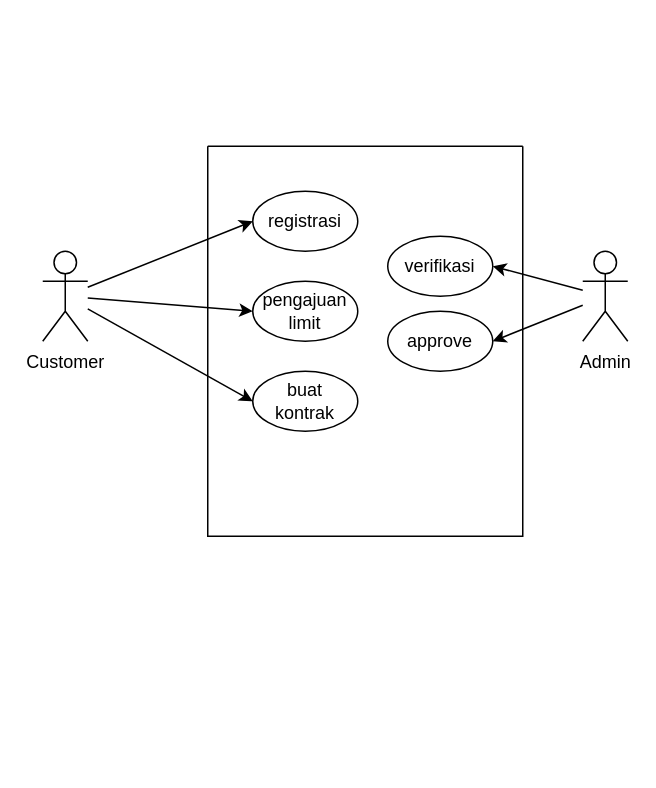
Above: page "use case" (1 of 5) of docs/docs.drawio in skyespirates/sikmatek (draw.io), before the change. Source tidied: cells renumbered, new cells numbered last; positions are measured from the earlier drawing's top-left corner, leaving out a move shared by most shapes. Both pictures are drawn from the tidied source at 150%, with x=0, y=0 at pixel (42, 146).
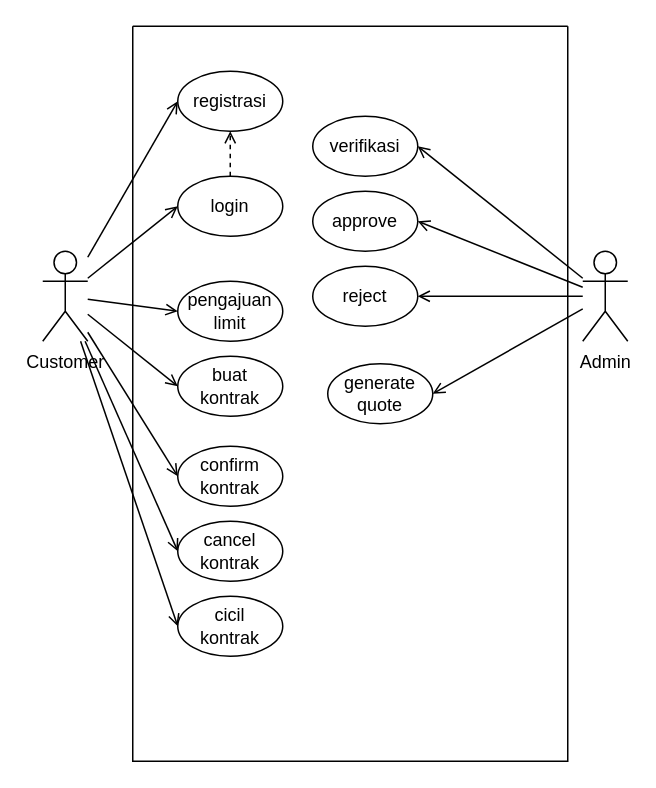
The same page after the edit.

The change refers to these unchanged cells:
```xml
<mxCell id="5" value="Customer" style="shape=umlActor;verticalLabelPosition=bottom;verticalAlign=top;html=1;" parent="1" vertex="1">
  <mxGeometry y="70" width="30" height="60" as="geometry" />
</mxCell>
<mxCell id="7" value="registrasi" style="ellipse;whiteSpace=wrap;html=1;" parent="6" vertex="1">
  <mxGeometry x="30" y="30" width="70" height="40" as="geometry" />
</mxCell>
<mxCell id="10" value="verifikasi" style="ellipse;whiteSpace=wrap;html=1;" parent="6" vertex="1">
  <mxGeometry x="120" y="60" width="70" height="40" as="geometry" />
</mxCell>
<mxCell id="11" value="approve" style="ellipse;whiteSpace=wrap;html=1;" parent="6" vertex="1">
  <mxGeometry x="120" y="110" width="70" height="40" as="geometry" />
</mxCell>
<mxCell id="14" value="Admin" style="shape=umlActor;verticalLabelPosition=bottom;verticalAlign=top;html=1;" parent="1" vertex="1">
  <mxGeometry x="360" y="70" width="30" height="60" as="geometry" />
</mxCell>
```

Diff of the diagram source:
```diff
@@
-    <mxCell id="2" style="rounded=0;jettySize=auto;html=1;entryX=0;entryY=0.5;entryDx=0;entryDy=0;" parent="1" edge="1" source="5" target="7">
+    <mxCell id="2" style="rounded=0;jettySize=auto;html=1;entryX=0;entryY=0.5;entryDx=0;entryDy=0;endArrow=open;endFill=0;" parent="1" edge="1" source="5" target="7">
       <mxGeometry relative="1" as="geometry" />
     </mxCell>
-    <mxCell id="3" style="edgeStyle=none;rounded=0;jettySize=auto;html=1;entryX=0;entryY=0.5;entryDx=0;entryDy=0;" parent="1" edge="1" source="5" target="8">
+    <mxCell id="3" style="edgeStyle=none;rounded=0;jettySize=auto;html=1;entryX=0;entryY=0.5;entryDx=0;entryDy=0;endArrow=open;endFill=0;" parent="1" edge="1" source="5" target="8">
       <mxGeometry relative="1" as="geometry" />
     </mxCell>
-    <mxCell id="4" style="edgeStyle=none;rounded=0;jettySize=auto;html=1;entryX=0;entryY=0.5;entryDx=0;entryDy=0;" parent="1" edge="1" source="5" target="9">
+    <mxCell id="4" style="edgeStyle=none;rounded=0;jettySize=auto;html=1;entryX=0;entryY=0.5;entryDx=0;entryDy=0;endArrow=open;endFill=0;" parent="1" edge="1" source="5" target="9">
       <mxGeometry relative="1" as="geometry" />
     </mxCell>
+    <mxCell id="15" style="rounded=0;jettySize=auto;html=1;entryX=0;entryY=0.5;entryDx=0;entryDy=0;endArrow=open;endFill=0;" parent="1" edge="1" source="5" target="20">
+      <mxGeometry relative="1" as="geometry" />
+    </mxCell>
+    <mxCell id="16" style="edgeStyle=none;rounded=0;jettySize=auto;html=1;entryX=0;entryY=0.5;entryDx=0;entryDy=0;endArrow=open;endFill=0;" parent="1" edge="1" source="5" target="23">
+      <mxGeometry relative="1" as="geometry" />
+    </mxCell>
+    <mxCell id="17" style="edgeStyle=none;rounded=0;jettySize=auto;html=1;entryX=0;entryY=0.5;entryDx=0;entryDy=0;endArrow=open;endFill=0;" parent="1" edge="1" source="5" target="24">
+      <mxGeometry relative="1" as="geometry" />
+    </mxCell>
+    <mxCell id="18" style="edgeStyle=none;rounded=0;jettySize=auto;html=1;entryX=0;entryY=0.5;entryDx=0;entryDy=0;endArrow=open;endFill=0;" parent="1" edge="1" source="5" target="25">
+      <mxGeometry relative="1" as="geometry" />
+    </mxCell>
@@
     <mxCell id="6" style="swimlane;startSize=0;" parent="1" vertex="1">
-      <mxGeometry x="110" width="210" height="260" as="geometry" />
+      <mxGeometry x="60" y="-80" width="290" height="490" as="geometry" />
     </mxCell>
@@
     <mxCell id="8" value="pengajuan&lt;br&gt;limit" style="ellipse;whiteSpace=wrap;html=1;" parent="6" vertex="1">
-      <mxGeometry x="30" y="90" width="70" height="40" as="geometry" />
+      <mxGeometry x="30" y="170" width="70" height="40" as="geometry" />
     </mxCell>
     <mxCell id="9" value="buat&lt;br&gt;kontrak" style="ellipse;whiteSpace=wrap;html=1;" parent="6" vertex="1">
-      <mxGeometry x="30" y="150" width="70" height="40" as="geometry" />
+      <mxGeometry x="30" y="220" width="70" height="40" as="geometry" />
     </mxCell>
@@
+    <mxCell id="19" style="edgeStyle=none;rounded=0;jettySize=auto;html=1;endArrow=open;endFill=0;dashed=1;" parent="6" edge="1" source="20" target="7">
+      <mxGeometry relative="1" as="geometry" />
+    </mxCell>
+    <mxCell id="20" value="login" style="ellipse;whiteSpace=wrap;html=1;" parent="6" vertex="1">
+      <mxGeometry x="30" y="100" width="70" height="40" as="geometry" />
+    </mxCell>
+    <mxCell id="21" value="reject" style="ellipse;whiteSpace=wrap;html=1;" parent="6" vertex="1">
+      <mxGeometry x="120" y="160" width="70" height="40" as="geometry" />
+    </mxCell>
+    <mxCell id="22" value="generate&lt;br&gt;quote" style="ellipse;whiteSpace=wrap;html=1;" parent="6" vertex="1">
+      <mxGeometry x="130" y="225" width="70" height="40" as="geometry" />
+    </mxCell>
+    <mxCell id="23" value="confirm kontrak" style="ellipse;whiteSpace=wrap;html=1;" parent="6" vertex="1">
+      <mxGeometry x="30" y="280" width="70" height="40" as="geometry" />
+    </mxCell>
+    <mxCell id="24" value="cancel kontrak" style="ellipse;whiteSpace=wrap;html=1;" parent="6" vertex="1">
+      <mxGeometry x="30" y="330" width="70" height="40" as="geometry" />
+    </mxCell>
+    <mxCell id="25" value="cicil&lt;br&gt;kontrak" style="ellipse;whiteSpace=wrap;html=1;" parent="6" vertex="1">
+      <mxGeometry x="30" y="380" width="70" height="40" as="geometry" />
+    </mxCell>
-    <mxCell id="12" style="edgeStyle=none;rounded=0;jettySize=auto;html=1;entryX=1;entryY=0.5;entryDx=0;entryDy=0;" parent="1" edge="1" source="14" target="10">
+    <mxCell id="12" style="edgeStyle=none;rounded=0;jettySize=auto;html=1;entryX=1;entryY=0.5;entryDx=0;entryDy=0;endArrow=open;endFill=0;" parent="1" edge="1" source="14" target="10">
       <mxGeometry relative="1" as="geometry" />
     </mxCell>
-    <mxCell id="13" style="edgeStyle=none;rounded=0;jettySize=auto;html=1;entryX=1;entryY=0.5;entryDx=0;entryDy=0;" parent="1" edge="1" source="14" target="11">
+    <mxCell id="13" style="edgeStyle=none;rounded=0;jettySize=auto;html=1;entryX=1;entryY=0.5;entryDx=0;entryDy=0;endArrow=open;endFill=0;" parent="1" edge="1" source="14" target="11">
       <mxGeometry relative="1" as="geometry" />
     </mxCell>
+    <mxCell id="26" style="edgeStyle=none;rounded=0;jettySize=auto;html=1;entryX=1;entryY=0.5;entryDx=0;entryDy=0;endArrow=open;endFill=0;" parent="1" edge="1" source="14" target="21">
+      <mxGeometry relative="1" as="geometry" />
+    </mxCell>
+    <mxCell id="27" style="edgeStyle=none;rounded=0;jettySize=auto;html=1;entryX=1;entryY=0.5;entryDx=0;entryDy=0;endArrow=open;endFill=0;" parent="1" edge="1" source="14" target="22">
+      <mxGeometry relative="1" as="geometry" />
+    </mxCell>
```
